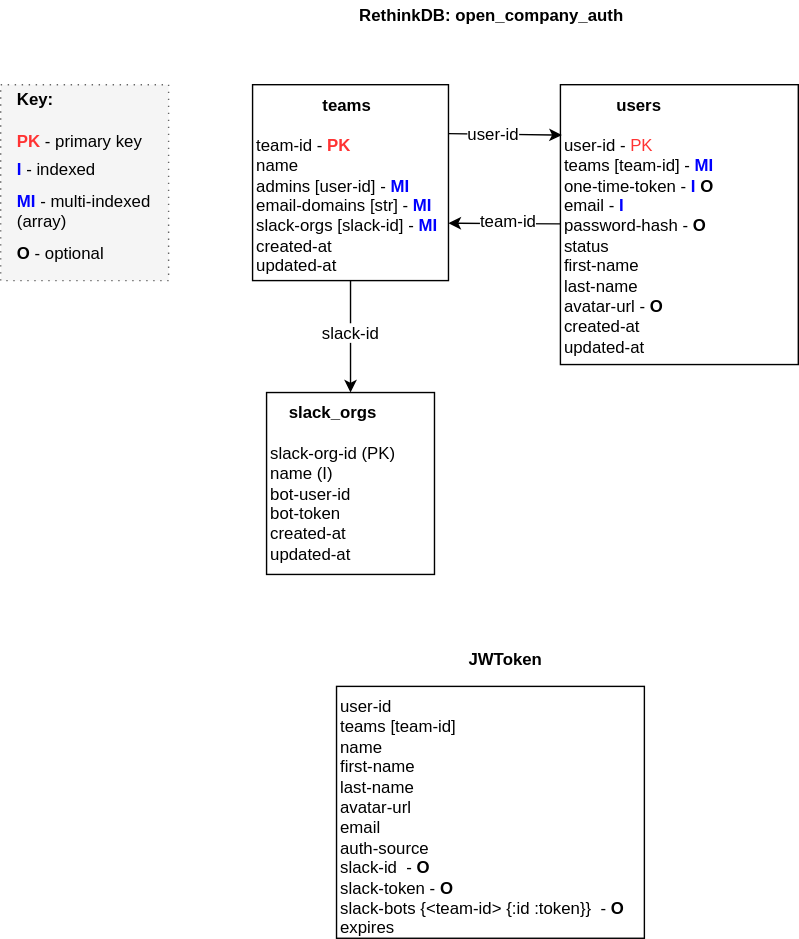
Before: docs/OC-Auth-Schema.svg, a diagram exported from draw.io (open-company/open-company-auth). Source tidied: cells renumbered, new cells last; positions are measured from the earlier drawing's top-left corner, leaving out a move shared by most shapes.
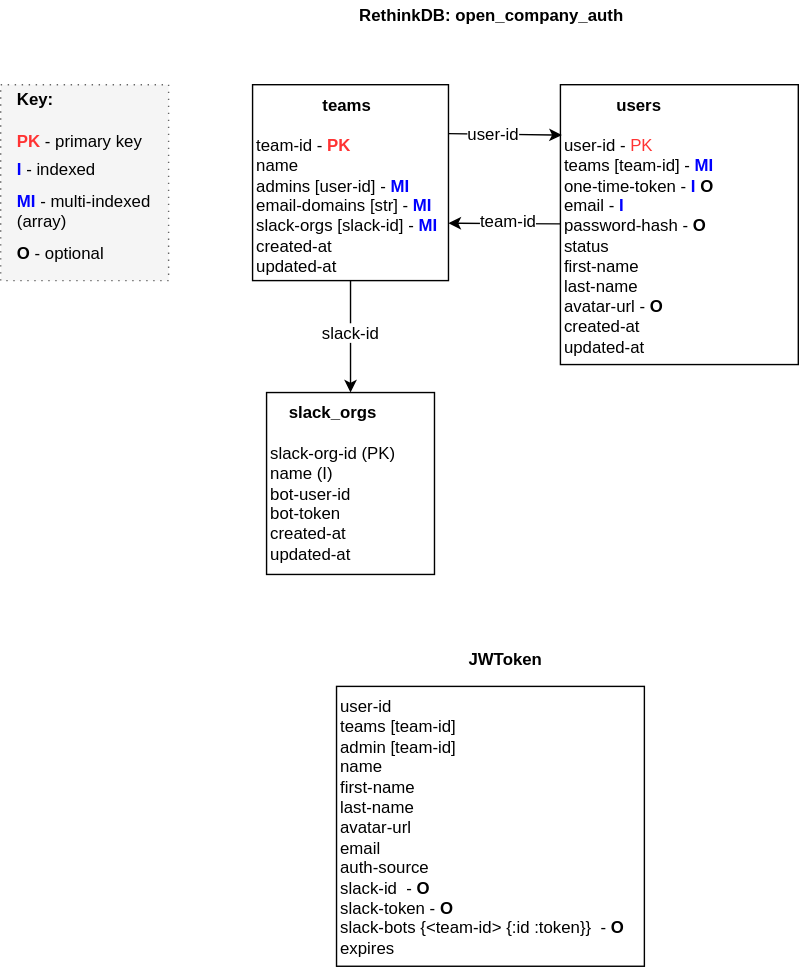
The same diagram one commit later.

Commit message:
Update schema diagrams.

The edit, as a diff of the source:
```diff
@@ -61,8 +61,8 @@
     <mxCell id="20" value="&lt;div style=&quot;text-align: left&quot;&gt;&lt;b&gt;JWToken&lt;/b&gt;&lt;/div&gt;" style="text;html=1;strokeColor=none;fillColor=none;align=center;verticalAlign=middle;whiteSpace=wrap;dashed=1;dashPattern=1 4;fontSize=12;fontColor=#000000;" parent="1" vertex="1">
       <mxGeometry x="235" y="460" width="250" height="20" as="geometry" />
     </mxCell>
-    <mxCell id="21" value="&lt;div&gt;user-id&lt;/div&gt;&lt;div&gt;teams [team-id]&lt;/div&gt;&lt;div&gt;name&lt;/div&gt;&lt;div&gt;first-name&lt;/div&gt;&lt;div&gt;last-name&lt;/div&gt;&lt;div&gt;avatar-url&lt;/div&gt;&lt;div&gt;email&lt;/div&gt;&lt;div&gt;auth-source&lt;/div&gt;&lt;div&gt;slack-id &amp;nbsp;- &lt;b&gt;O&lt;/b&gt;&lt;/div&gt;&lt;div&gt;slack-token - &lt;b&gt;O&lt;/b&gt;&lt;/div&gt;&lt;div&gt;slack-bots {&amp;lt;team-id&amp;gt; {:id :token}} &amp;nbsp;-&amp;nbsp;&lt;b&gt;O&lt;/b&gt;&lt;/div&gt;&lt;div&gt;expires&lt;/div&gt;" style="whiteSpace=wrap;html=1;fontSize=12;fontColor=#000000;align=left;verticalAlign=top;" parent="1" vertex="1">
-      <mxGeometry x="240" y="490" width="220" height="180" as="geometry" />
+    <mxCell id="21" value="&lt;div&gt;user-id&lt;/div&gt;&lt;div&gt;teams [team-id]&lt;/div&gt;&lt;div&gt;admin [team-id]&lt;/div&gt;&lt;div&gt;name&lt;/div&gt;&lt;div&gt;first-name&lt;/div&gt;&lt;div&gt;last-name&lt;/div&gt;&lt;div&gt;avatar-url&lt;/div&gt;&lt;div&gt;email&lt;/div&gt;&lt;div&gt;auth-source&lt;/div&gt;&lt;div&gt;slack-id &amp;nbsp;- &lt;b&gt;O&lt;/b&gt;&lt;/div&gt;&lt;div&gt;slack-token - &lt;b&gt;O&lt;/b&gt;&lt;/div&gt;&lt;div&gt;slack-bots {&amp;lt;team-id&amp;gt; {:id :token}} &amp;nbsp;-&amp;nbsp;&lt;b&gt;O&lt;/b&gt;&lt;/div&gt;&lt;div&gt;expires&lt;/div&gt;" style="whiteSpace=wrap;html=1;fontSize=12;fontColor=#000000;align=left;verticalAlign=top;" parent="1" vertex="1">
+      <mxGeometry x="240" y="490" width="220" height="200" as="geometry" />
     </mxCell>
   </root>
 </mxGraphModel>
```
